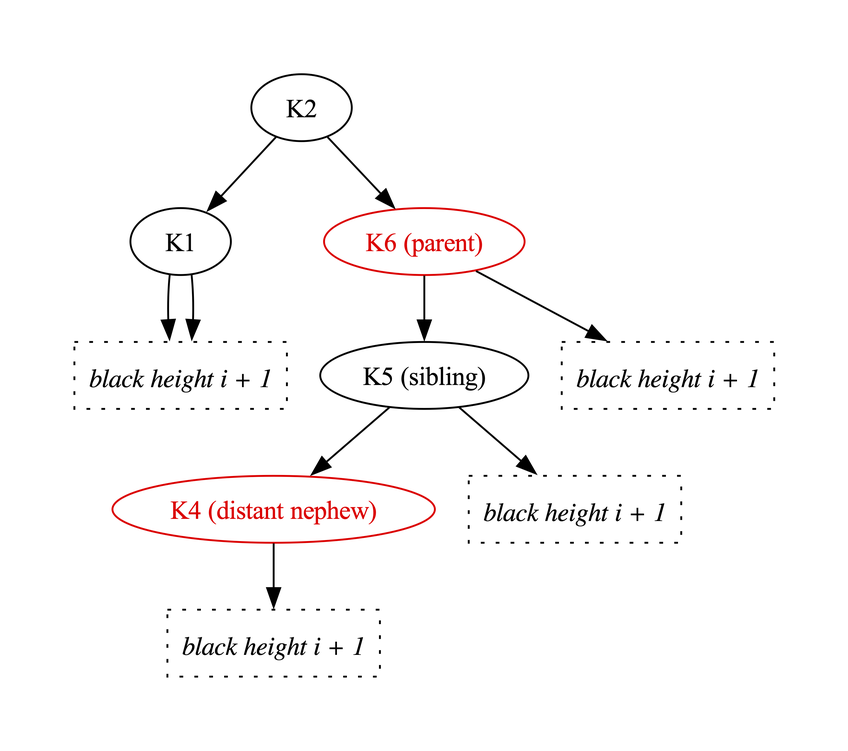
The Graphviz diagram Fw/DataStructures/docs/diagrams/removeBlackLeafNode/red-sibling-5.png in nasa/fprime, before a commit. Its source is kept beside it as Fw/DataStructures/docs/diagrams/removeBlackLeafNode/red-sibling-5.dot.
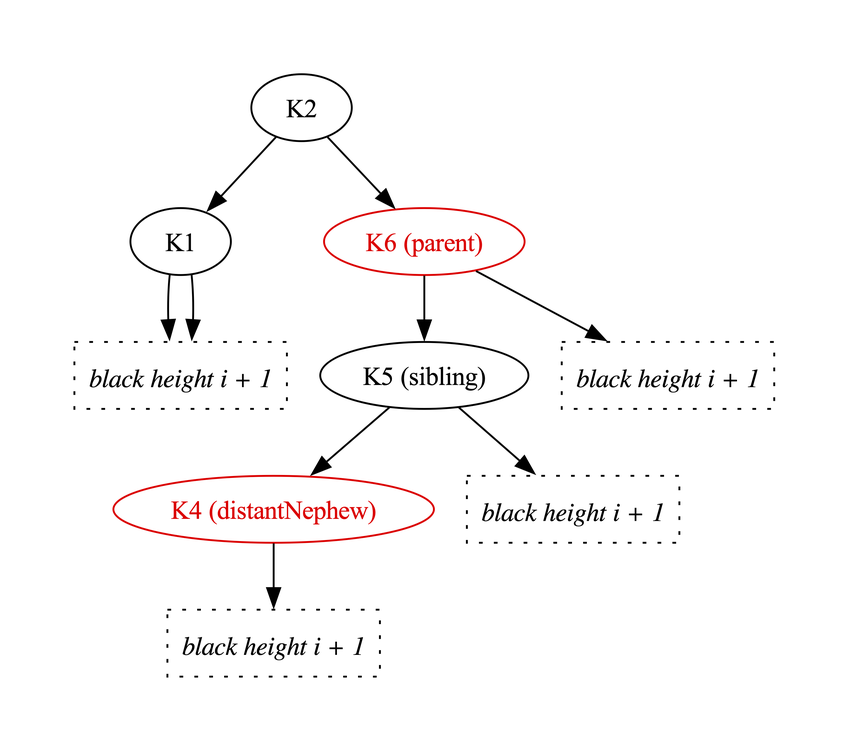
The same file after the commit.

The edit, as a diff of the source:
```diff
@@ -15,7 +15,7 @@
 
   K1 [label="K1"]
   K2 [label="K2"]
-  K4 [label="K4 (distant nephew)",color="red",fontcolor="red"]
+  K4 [label="K4 (distantNephew)",color="red",fontcolor="red"]
   K5 [label="K5 (sibling)"]
   K6 [label="K6 (parent)",color="red",fontcolor="red"]
 
```
